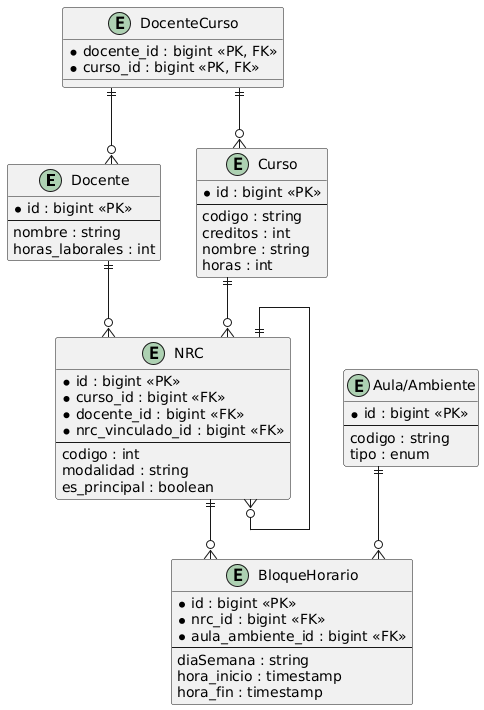
Earlier version of the PlantUML export docs/arquitectura/modelo_kairos_2.png (josecitosorio-web/generador-horarios-uc).
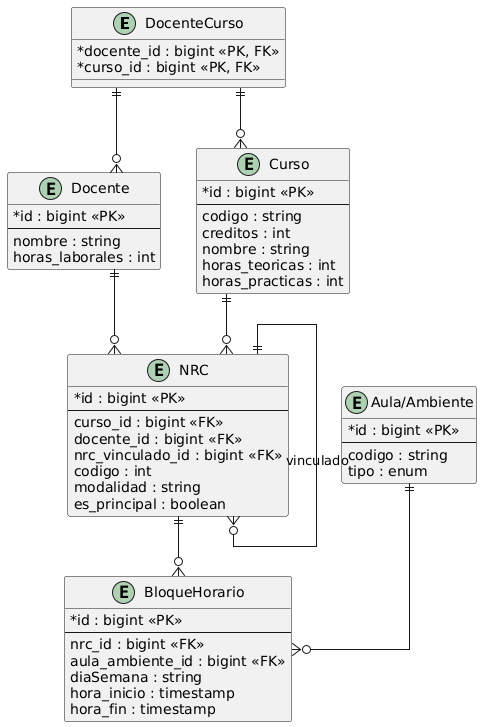
After the change.

Commit message:
actualizacion del modelo ER en base a la nueva regla de negocio con respecto a las horas pedagógicas

The edit, as a diff of the source:
```diff
@@ -1,69 +1,73 @@
 @startuml
+top to bottom direction
+
+skinparam classAttributeIconSize 0
 skinparam linetype ortho
-skinparam roundcorner 5
-skinparam entity {
-  BackgroundColor White
-  BorderColor Black
+
+entity "DocenteCurso" as DocenteCurso {
+    * docente_id : bigint <<PK, FK>>
+    * curso_id : bigint <<PK, FK>>
 }
 
-entity "Docente" as docente {
-  * id : bigint <<PK>>
-  --
-  nombre : string
-  horas_laborales : int
+entity "Docente" as Docente {
+    * id : bigint <<PK>>
+    --
+    nombre : string
+    horas_laborales : int
 }
 
-entity "Curso" as curso {
-  * id : bigint <<PK>>
-  --
-  codigo : string
-  creditos : int
-  nombre : string
-  horas : int
+entity "Curso" as Curso {
+    * id : bigint <<PK>>
+    --
+    codigo : string
+    creditos : int
+    nombre : string
+    horas_teoricas : int
+    horas_practicas : int
 }
 
-entity "DocenteCurso" as docenteCurso {
-  * docente_id : bigint <<PK, FK>>
-  * curso_id : bigint <<PK, FK>>
+entity "NRC" as NRC {
+    * id : bigint <<PK>>
+    --
+    curso_id : bigint <<FK>>
+    docente_id : bigint <<FK>>
+    nrc_vinculado_id : bigint <<FK>>
+    codigo : int
+    modalidad : string
+    es_principal : boolean
 }
 
-entity "NRC" as nrc {
-  * id : bigint <<PK>>
-  * curso_id : bigint <<FK>>
-  * docente_id : bigint <<FK>>
-  * nrc_vinculado_id : bigint <<FK>>
-  --
-  codigo : int
-  modalidad : string
-  es_principal : boolean
+entity "Aula/Ambiente" as Aula {
+    * id : bigint <<PK>>
+    --
+    codigo : string
+    tipo : enum
 }
 
-entity "Aula/Ambiente" as aula {
-  * id : bigint <<PK>>
-  --
-  codigo : string
-  tipo : enum
+entity "BloqueHorario" as BloqueHorario {
+    * id : bigint <<PK>>
+    --
+    nrc_id : bigint <<FK>>
+    aula_ambiente_id : bigint <<FK>>
+    diaSemana : string
+    hora_inicio : timestamp
+    hora_fin : timestamp
 }
 
-entity "BloqueHorario" as bloque {
-  * id : bigint <<PK>>
-  * nrc_id : bigint <<FK>>
-  * aula_ambiente_id : bigint <<FK>>
-  --
-  diaSemana : string
-  hora_inicio : timestamp
-  hora_fin : timestamp
-}
 
-docente -[hidden]right- curso
+Docente -[hidden]right- Curso
+NRC -[hidden]right- Aula
+BloqueHorario -[hidden]up- NRC
 
-docenteCurso ||--o{ docente
-docenteCurso ||--o{ curso
-curso        ||--o{ nrc
-docente      ||--o{ nrc
-nrc          ||--o{ nrc
-nrc          ||--o{ bloque
-aula         ||--o{ bloque
 
-nrc -[hidden]right- aula
+DocenteCurso ||--o{ Docente
+DocenteCurso ||--o{ Curso
+
+Docente ||--o{ NRC
+Curso ||--o{ NRC
+
+NRC ||--o{ BloqueHorario
+Aula ||--o{ BloqueHorario
+
+NRC ||--o{ NRC : vinculado
 @enduml
```
